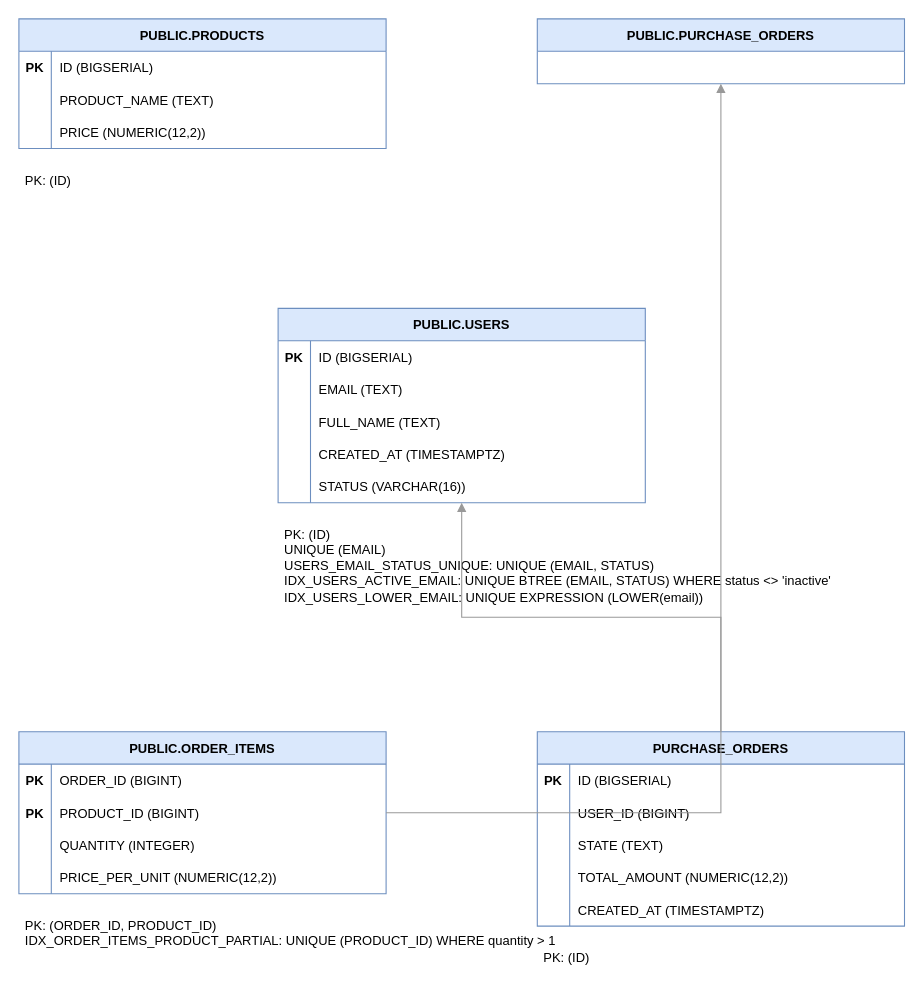
Before: schema.drawio in fightingBald/database_migrate_UML_generator, a draw.io diagram. Source tidied: cells renumbered, new cells numbered last; positions are measured from the earlier drawing's top-left corner, leaving out a move shared by most shapes. Both pictures are drawn from the tidied source at 108%, with x=0, y=0 at pixel (18, 18).
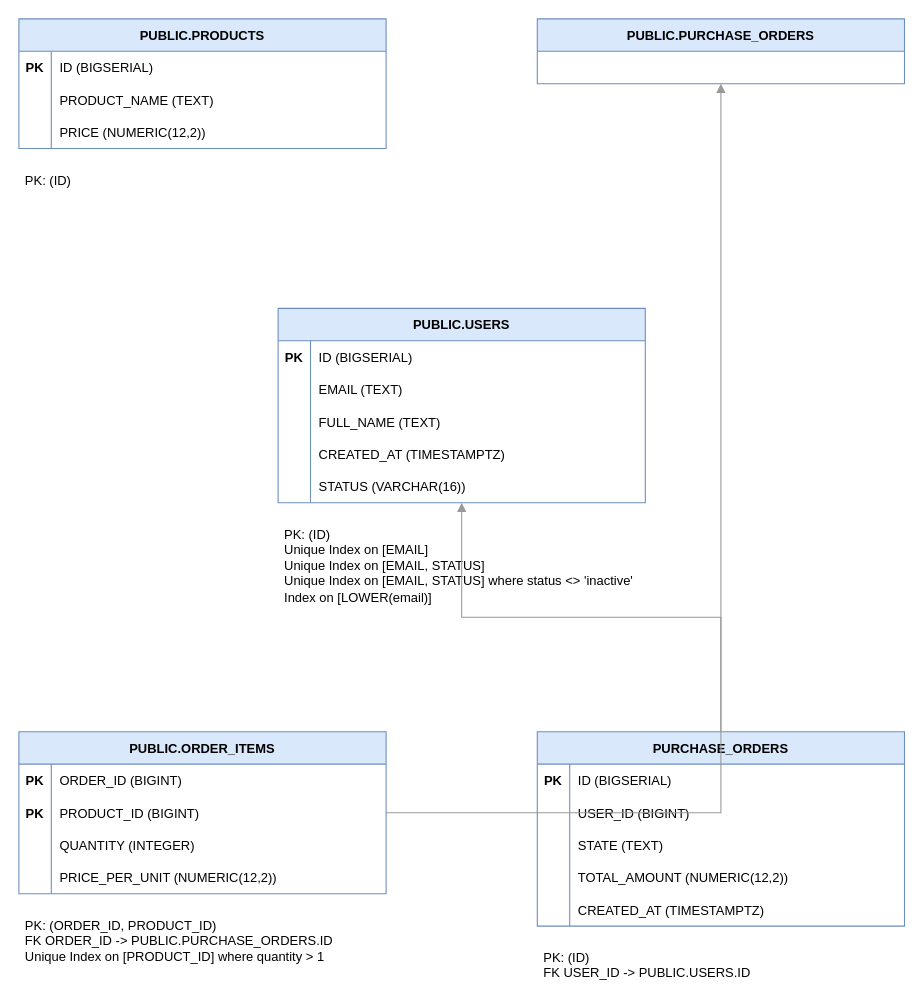
After the change.

Change to the diagram source:
```diff
@@
-    <mxCell id="30" value="PK: (ID)&lt;br/&gt;UNIQUE (EMAIL)&lt;br/&gt;USERS_EMAIL_STATUS_UNIQUE: UNIQUE (EMAIL, STATUS)&lt;br/&gt;IDX_USERS_ACTIVE_EMAIL: UNIQUE BTREE (EMAIL, STATUS) WHERE status &amp;lt;&amp;gt; 'inactive'&lt;br/&gt;IDX_USERS_LOWER_EMAIL: UNIQUE EXPRESSION (LOWER(email))" style="text;html=1;align=left;verticalAlign=top;spacingLeft=4;spacingTop=4;strokeColor=none;fillColor=none;fontSize=12;" parent="1" vertex="1">
+    <mxCell id="30" value="PK: (ID)&lt;br/&gt;Unique Index on [EMAIL]&lt;br/&gt;Unique Index on [EMAIL, STATUS]&lt;br/&gt;Unique Index on [EMAIL, STATUS] where status &amp;lt;&amp;gt; 'inactive'&lt;br/&gt;Index on [LOWER(email)]" style="text;html=1;align=left;verticalAlign=top;spacingLeft=4;spacingTop=4;strokeColor=none;fillColor=none;fontSize=12;" parent="1" vertex="1">
       <mxGeometry x="240" y="460" width="340" height="80" as="geometry" />
     </mxCell>
@@
-    <mxCell id="44" value="PK: (ORDER_ID, PRODUCT_ID)&lt;br/&gt;IDX_ORDER_ITEMS_PRODUCT_PARTIAL: UNIQUE (PRODUCT_ID) WHERE quantity &amp;gt; 1" style="text;html=1;align=left;verticalAlign=top;spacingLeft=4;spacingTop=4;strokeColor=none;fillColor=none;fontSize=12;" parent="1" vertex="1">
-      <mxGeometry y="822" width="340" height="32" as="geometry" />
+    <mxCell id="44" value="PK: (ORDER_ID, PRODUCT_ID)&lt;br/&gt;FK ORDER_ID -&amp;gt; PUBLIC.PURCHASE_ORDERS.ID&lt;br/&gt;Unique Index on [PRODUCT_ID] where quantity &amp;gt; 1" style="text;html=1;align=left;verticalAlign=top;spacingLeft=4;spacingTop=4;strokeColor=none;fillColor=none;fontSize=12;" parent="1" vertex="1">
+      <mxGeometry y="822" width="340" height="48" as="geometry" />
     </mxCell>
@@
-    <mxCell id="61" value="PK: (ID)" style="text;html=1;align=left;verticalAlign=top;spacingLeft=4;spacingTop=4;strokeColor=none;fillColor=none;fontSize=12;" parent="1" vertex="1">
-      <mxGeometry x="480" y="852" width="340" height="16" as="geometry" />
+    <mxCell id="61" value="PK: (ID)&lt;br/&gt;FK USER_ID -&amp;gt; PUBLIC.USERS.ID" style="text;html=1;align=left;verticalAlign=top;spacingLeft=4;spacingTop=4;strokeColor=none;fillColor=none;fontSize=12;" parent="1" vertex="1">
+      <mxGeometry x="480" y="852" width="340" height="32" as="geometry" />
     </mxCell>
```
